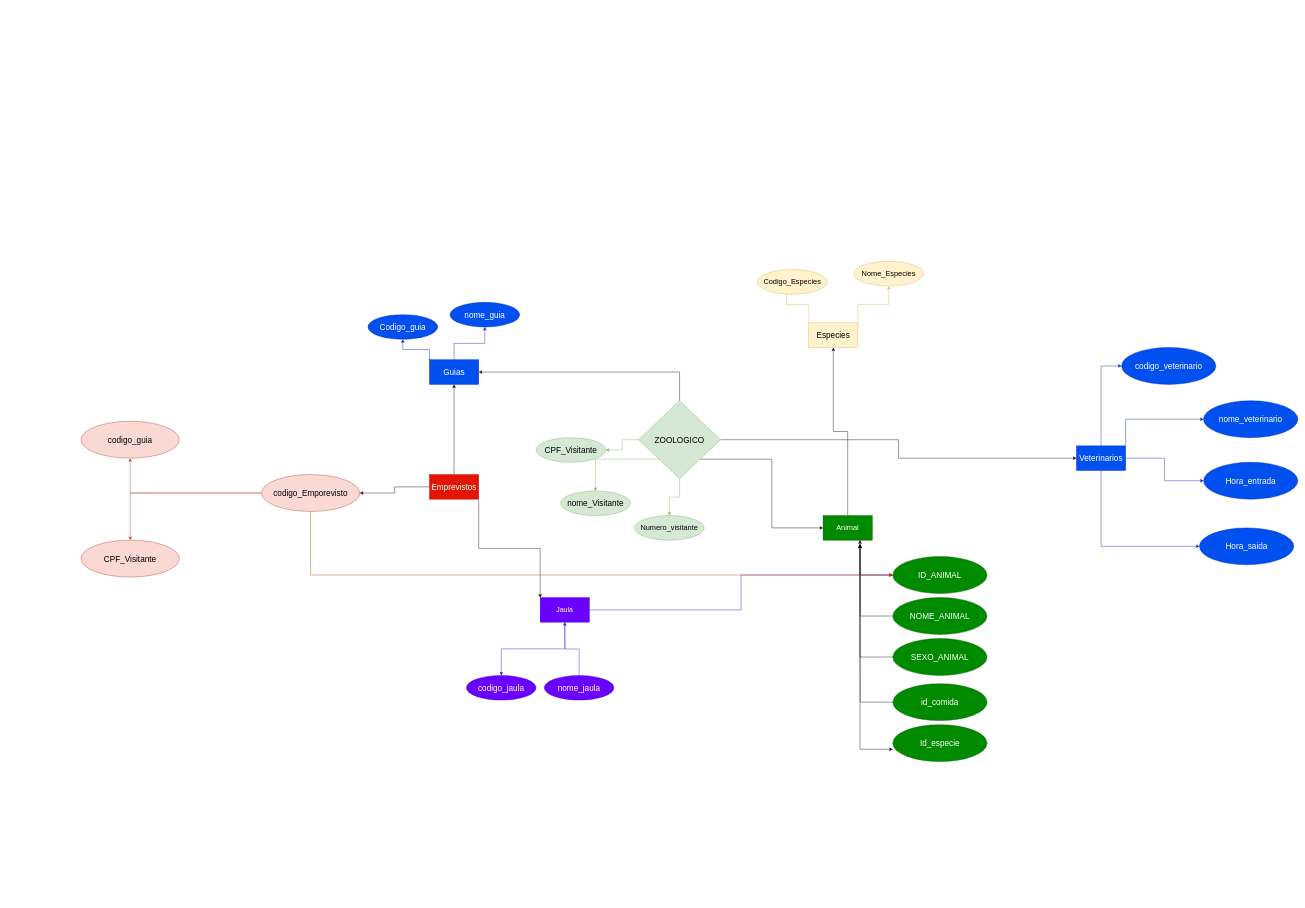
This is ENIAC-Portifolio.drawio from KaH3050/projeto-faculdade, a draw.io file, before an edit. Source tidied: cells renumbered, new cells numbered last; positions are measured from the earlier drawing's top-left corner, leaving out a move shared by most shapes. Both pictures are drawn from the tidied source at 41%, with x=0, y=0 at pixel (81, 261).
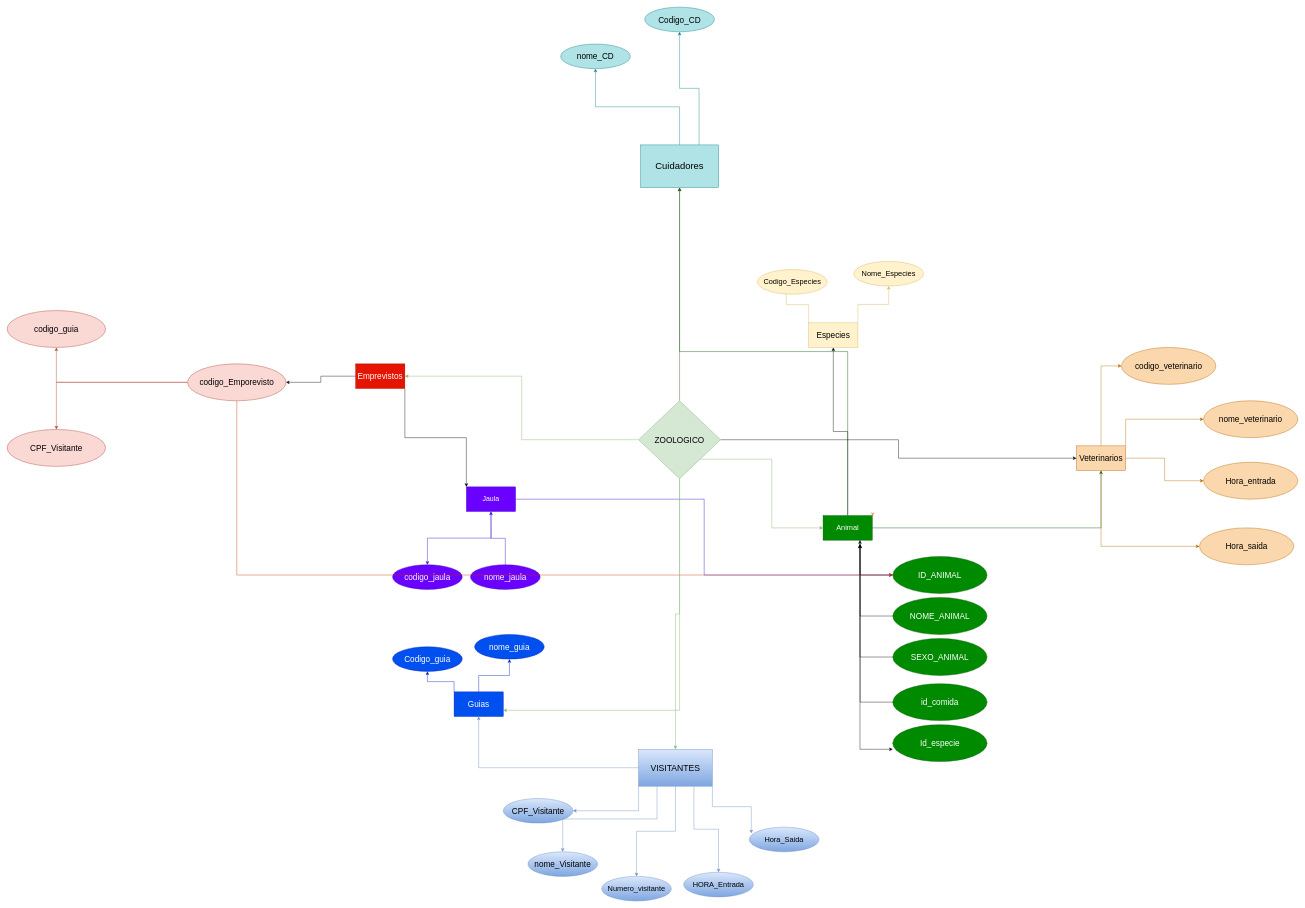
The same page after the edit.

Unchanged cells that the change refers to:
```xml
<mxCell id="10" value="&lt;span style=&quot;font-size: 18px;&quot;&gt;Animal&lt;/span&gt;" style="whiteSpace=wrap;html=1;fillColor=#008a00;fontColor=#ffffff;strokeColor=#005700;" parent="1" vertex="1">
  <mxGeometry x="1810" y="620" width="120" height="60" as="geometry" />
</mxCell>
<mxCell id="55" value="&lt;font style=&quot;font-size: 20px;&quot;&gt;ZOOLOGICO&lt;/font&gt;" style="rhombus;whiteSpace=wrap;html=1;fillColor=#d5e8d4;strokeColor=#82b366;" parent="1" vertex="1">
  <mxGeometry x="1360" y="340" width="200" height="190" as="geometry" />
</mxCell>
```

What changed in the source:
```diff
@@
-    <mxCell id="2" style="edgeStyle=orthogonalEdgeStyle;rounded=0;jettySize=auto;html=1;exitX=0.5;exitY=0;exitDx=0;exitDy=0;entryX=0.5;entryY=1;entryDx=0;entryDy=0;" parent="1" edge="1" source="5" target="26">
-      <mxGeometry relative="1" as="geometry" />
-    </mxCell>
@@
     <mxCell id="5" value="&lt;font style=&quot;font-size: 20px;&quot;&gt;Emprevistos&lt;/font&gt;" style="whiteSpace=wrap;html=1;fillColor=#e51400;strokeColor=#B20000;fontColor=#ffffff;" parent="1" vertex="1">
-      <mxGeometry x="850" y="520" width="120" height="60" as="geometry" />
+      <mxGeometry x="670" y="250" width="120" height="60" as="geometry" />
     </mxCell>
@@
     <mxCell id="8" value="&lt;span style=&quot;font-size: 17px;&quot;&gt;Jaula&lt;/span&gt;" style="whiteSpace=wrap;html=1;fillColor=#6a00ff;fontColor=#ffffff;strokeColor=#3700CC;" parent="1" vertex="1">
-      <mxGeometry x="1120" y="820" width="120" height="60" as="geometry" />
+      <mxGeometry x="940" y="550" width="120" height="60" as="geometry" />
     </mxCell>
@@
+    <mxCell id="59" style="edgeStyle=orthogonalEdgeStyle;rounded=0;jettySize=auto;html=1;exitX=1;exitY=0;exitDx=0;exitDy=0;strokeColor=#DDA15E;fontColor=#FEFAE0;fillColor=#BC6C25;" parent="1" edge="1" source="10">
+      <mxGeometry relative="1" as="geometry">
+        <mxPoint x="1931" y="621" as="targetPoint" />
+      </mxGeometry>
+    </mxCell>
+    <mxCell id="60" style="edgeStyle=orthogonalEdgeStyle;rounded=0;jettySize=auto;html=1;exitX=1;exitY=0.5;exitDx=0;exitDy=0;entryX=0.5;entryY=1;entryDx=0;entryDy=0;strokeColor=#005700;fontColor=#FEFAE0;fillColor=#008a00;" parent="1" edge="1" source="10" target="38">
+      <mxGeometry relative="1" as="geometry" />
+    </mxCell>
+    <mxCell id="61" style="edgeStyle=orthogonalEdgeStyle;rounded=0;jettySize=auto;html=1;exitX=0.5;exitY=0;exitDx=0;exitDy=0;strokeColor=#005700;fontColor=#FEFAE0;fillColor=#008a00;" parent="1" edge="1" source="10" target="67">
+      <mxGeometry relative="1" as="geometry" />
+    </mxCell>
@@
     <mxCell id="21" value="&lt;font style=&quot;font-size: 20px;&quot;&gt;codigo_jaula&lt;/font&gt;" style="ellipse;whiteSpace=wrap;html=1;fillColor=#6a00ff;fontColor=#ffffff;strokeColor=#3700CC;" parent="1" vertex="1">
-      <mxGeometry x="940" y="1010" width="170" height="60" as="geometry" />
+      <mxGeometry x="760" y="740" width="170" height="60" as="geometry" />
     </mxCell>
     <mxCell id="22" style="edgeStyle=orthogonalEdgeStyle;rounded=0;jettySize=auto;html=1;exitX=0.5;exitY=0;exitDx=0;exitDy=0;fillColor=#6a00ff;strokeColor=#3700CC;" parent="1" edge="1" source="23">
       <mxGeometry relative="1" as="geometry">
-        <mxPoint x="1180" y="880" as="targetPoint" />
+        <mxPoint x="1000" y="610" as="targetPoint" />
       </mxGeometry>
     </mxCell>
     <mxCell id="23" value="&lt;font style=&quot;font-size: 20px;&quot;&gt;nome_jaula&lt;/font&gt;" style="ellipse;whiteSpace=wrap;html=1;fillColor=#6a00ff;fontColor=#ffffff;strokeColor=#3700CC;" parent="1" vertex="1">
-      <mxGeometry x="1130" y="1010" width="170" height="60" as="geometry" />
+      <mxGeometry x="950" y="740" width="170" height="60" as="geometry" />
     </mxCell>
@@
     <mxCell id="26" value="&lt;font style=&quot;font-size: 20px;&quot;&gt;Guias&lt;/font&gt;" style="whiteSpace=wrap;html=1;fillColor=#0050ef;fontColor=#ffffff;strokeColor=#001DBC;" parent="1" vertex="1">
-      <mxGeometry x="850" y="240" width="120" height="60" as="geometry" />
+      <mxGeometry x="910" y="1050" width="120" height="60" as="geometry" />
     </mxCell>
     <mxCell id="27" value="&lt;span style=&quot;font-size: 20px;&quot;&gt;Codigo_guia&lt;/span&gt;" style="ellipse;whiteSpace=wrap;html=1;fillColor=#0050ef;fontColor=#ffffff;strokeColor=#001DBC;" parent="1" vertex="1">
-      <mxGeometry x="700" y="130" width="170" height="60" as="geometry" />
+      <mxGeometry x="760" y="940" width="170" height="60" as="geometry" />
     </mxCell>
     <mxCell id="28" value="&lt;font style=&quot;font-size: 20px;&quot;&gt;nome_guia&lt;/font&gt;" style="ellipse;whiteSpace=wrap;html=1;fillColor=#0050ef;fontColor=#ffffff;strokeColor=#001DBC;" parent="1" vertex="1">
-      <mxGeometry x="900" y="100" width="170" height="60" as="geometry" />
+      <mxGeometry x="960" y="910" width="170" height="60" as="geometry" />
     </mxCell>
@@
-    <mxCell id="34" style="edgeStyle=orthogonalEdgeStyle;rounded=0;jettySize=auto;html=1;exitX=0.5;exitY=1;exitDx=0;exitDy=0;entryX=0;entryY=0.5;entryDx=0;entryDy=0;fillColor=#0050ef;strokeColor=#001DBC;" parent="1" edge="1" source="38" target="42">
+    <mxCell id="34" style="edgeStyle=orthogonalEdgeStyle;rounded=0;jettySize=auto;html=1;exitX=0.5;exitY=1;exitDx=0;exitDy=0;entryX=0;entryY=0.5;entryDx=0;entryDy=0;fillColor=#fad7ac;strokeColor=#b46504;" parent="1" edge="1" source="38" target="42">
       <mxGeometry relative="1" as="geometry" />
     </mxCell>
-    <mxCell id="35" style="edgeStyle=orthogonalEdgeStyle;rounded=0;jettySize=auto;html=1;exitX=1;exitY=0.5;exitDx=0;exitDy=0;entryX=0;entryY=0.5;entryDx=0;entryDy=0;fillColor=#0050ef;strokeColor=#001DBC;" parent="1" edge="1" source="38" target="41">
+    <mxCell id="35" style="edgeStyle=orthogonalEdgeStyle;rounded=0;jettySize=auto;html=1;exitX=1;exitY=0.5;exitDx=0;exitDy=0;entryX=0;entryY=0.5;entryDx=0;entryDy=0;fillColor=#fad7ac;strokeColor=#b46504;" parent="1" edge="1" source="38" target="41">
       <mxGeometry relative="1" as="geometry" />
     </mxCell>
-    <mxCell id="36" style="edgeStyle=orthogonalEdgeStyle;rounded=0;jettySize=auto;html=1;exitX=1;exitY=0;exitDx=0;exitDy=0;entryX=0;entryY=0.5;entryDx=0;entryDy=0;fillColor=#0050ef;strokeColor=#001DBC;" parent="1" edge="1" source="38" target="40">
+    <mxCell id="36" style="edgeStyle=orthogonalEdgeStyle;rounded=0;jettySize=auto;html=1;exitX=1;exitY=0;exitDx=0;exitDy=0;entryX=0;entryY=0.5;entryDx=0;entryDy=0;fillColor=#fad7ac;strokeColor=#b46504;" parent="1" edge="1" source="38" target="40">
       <mxGeometry relative="1" as="geometry" />
     </mxCell>
-    <mxCell id="37" style="edgeStyle=orthogonalEdgeStyle;rounded=0;jettySize=auto;html=1;exitX=0.5;exitY=0;exitDx=0;exitDy=0;entryX=0;entryY=0.5;entryDx=0;entryDy=0;fillColor=#0050ef;strokeColor=#001DBC;" parent="1" edge="1" source="38" target="39">
+    <mxCell id="37" style="edgeStyle=orthogonalEdgeStyle;rounded=0;jettySize=auto;html=1;exitX=0.5;exitY=0;exitDx=0;exitDy=0;entryX=0;entryY=0.5;entryDx=0;entryDy=0;fillColor=#fad7ac;strokeColor=#b46504;" parent="1" edge="1" source="38" target="39">
       <mxGeometry relative="1" as="geometry" />
     </mxCell>
-    <mxCell id="38" value="&lt;font style=&quot;font-size: 20px;&quot;&gt;Veterinarios&lt;/font&gt;" style="whiteSpace=wrap;html=1;fillColor=#0050ef;fontColor=#ffffff;strokeColor=#001DBC;" parent="1" vertex="1">
+    <mxCell id="38" value="&lt;font style=&quot;font-size: 20px;&quot;&gt;Veterinarios&lt;/font&gt;" style="whiteSpace=wrap;html=1;fillColor=#fad7ac;strokeColor=#b46504;" parent="1" vertex="1">
       <mxGeometry x="2428" y="450" width="120" height="60" as="geometry" />
     </mxCell>
-    <mxCell id="39" value="&lt;font style=&quot;font-size: 20px;&quot;&gt;codigo_veterinario&lt;/font&gt;" style="ellipse;whiteSpace=wrap;html=1;fillColor=#0050ef;fontColor=#ffffff;strokeColor=#001DBC;" parent="1" vertex="1">
+    <mxCell id="39" value="&lt;font style=&quot;font-size: 20px;&quot;&gt;codigo_veterinario&lt;/font&gt;" style="ellipse;whiteSpace=wrap;html=1;fillColor=#fad7ac;strokeColor=#b46504;" parent="1" vertex="1">
       <mxGeometry x="2538" y="210" width="230" height="90" as="geometry" />
     </mxCell>
-    <mxCell id="40" value="&lt;span style=&quot;font-size: 20px;&quot;&gt;nome_veterinario&lt;/span&gt;" style="ellipse;whiteSpace=wrap;html=1;fillColor=#0050ef;fontColor=#ffffff;strokeColor=#001DBC;" parent="1" vertex="1">
+    <mxCell id="40" value="&lt;span style=&quot;font-size: 20px;&quot;&gt;nome_veterinario&lt;/span&gt;" style="ellipse;whiteSpace=wrap;html=1;fillColor=#fad7ac;strokeColor=#b46504;" parent="1" vertex="1">
       <mxGeometry x="2738" y="340" width="230" height="90" as="geometry" />
     </mxCell>
-    <mxCell id="41" value="&lt;font style=&quot;font-size: 20px;&quot;&gt;Hora_entrada&lt;/font&gt;" style="ellipse;whiteSpace=wrap;html=1;fillColor=#0050ef;fontColor=#ffffff;strokeColor=#001DBC;" parent="1" vertex="1">
+    <mxCell id="41" value="&lt;font style=&quot;font-size: 20px;&quot;&gt;Hora_entrada&lt;/font&gt;" style="ellipse;whiteSpace=wrap;html=1;fillColor=#fad7ac;strokeColor=#b46504;" parent="1" vertex="1">
       <mxGeometry x="2738" y="490" width="230" height="90" as="geometry" />
     </mxCell>
-    <mxCell id="42" value="&lt;span style=&quot;font-size: 20px;&quot;&gt;Hora_saida&lt;/span&gt;" style="ellipse;whiteSpace=wrap;html=1;fillColor=#0050ef;fontColor=#ffffff;strokeColor=#001DBC;" parent="1" vertex="1">
+    <mxCell id="42" value="&lt;span style=&quot;font-size: 20px;&quot;&gt;Hora_saida&lt;/span&gt;" style="ellipse;whiteSpace=wrap;html=1;fillColor=#fad7ac;strokeColor=#b46504;" parent="1" vertex="1">
       <mxGeometry x="2728" y="650" width="230" height="90" as="geometry" />
     </mxCell>
@@
     <mxCell id="46" value="&lt;font style=&quot;font-size: 20px;&quot;&gt;codigo_Emporevisto&lt;/font&gt;" style="ellipse;whiteSpace=wrap;html=1;fillColor=#fad9d5;strokeColor=#ae4132;" parent="1" vertex="1">
-      <mxGeometry x="440" y="520" width="240" height="90" as="geometry" />
+      <mxGeometry x="260" y="250" width="240" height="90" as="geometry" />
     </mxCell>
     <mxCell id="47" value="&lt;span style=&quot;font-size: 20px;&quot;&gt;CPF_Visitante&lt;/span&gt;" style="ellipse;whiteSpace=wrap;html=1;fillColor=#fad9d5;strokeColor=#ae4132;" parent="1" vertex="1">
-      <mxGeometry y="680" width="240" height="90" as="geometry" />
+      <mxGeometry x="-180" y="410" width="240" height="90" as="geometry" />
     </mxCell>
     <mxCell id="48" value="&lt;font style=&quot;font-size: 20px;&quot;&gt;codigo_guia&lt;/font&gt;" style="ellipse;whiteSpace=wrap;html=1;fillColor=#fad9d5;strokeColor=#ae4132;" parent="1" vertex="1">
-      <mxGeometry y="390" width="240" height="90" as="geometry" />
+      <mxGeometry x="-180" y="120" width="240" height="90" as="geometry" />
     </mxCell>
-    <mxCell id="49" style="edgeStyle=orthogonalEdgeStyle;rounded=0;jettySize=auto;html=1;exitX=0;exitY=0.5;exitDx=0;exitDy=0;entryX=1;entryY=0.5;entryDx=0;entryDy=0;fillColor=#d5e8d4;strokeColor=#82b366;" parent="1" edge="1" source="55" target="56">
-      <mxGeometry relative="1" as="geometry" />
-    </mxCell>
-    <mxCell id="50" style="edgeStyle=orthogonalEdgeStyle;rounded=0;jettySize=auto;html=1;exitX=0;exitY=1;exitDx=0;exitDy=0;fillColor=#d5e8d4;strokeColor=#82b366;" parent="1" edge="1" source="55" target="57">
-      <mxGeometry relative="1" as="geometry" />
-    </mxCell>
-    <mxCell id="51" style="edgeStyle=orthogonalEdgeStyle;rounded=0;jettySize=auto;html=1;exitX=0.5;exitY=1;exitDx=0;exitDy=0;fillColor=#d5e8d4;strokeColor=#82b366;" parent="1" edge="1" source="55" target="58">
-      <mxGeometry relative="1" as="geometry" />
-    </mxCell>
-    <mxCell id="52" style="edgeStyle=orthogonalEdgeStyle;rounded=0;jettySize=auto;html=1;exitX=0.5;exitY=0;exitDx=0;exitDy=0;entryX=1;entryY=0.5;entryDx=0;entryDy=0;" parent="1" edge="1" source="55" target="26">
-      <mxGeometry relative="1" as="geometry" />
-    </mxCell>
-    <mxCell id="53" style="edgeStyle=orthogonalEdgeStyle;rounded=0;jettySize=auto;html=1;exitX=1;exitY=1;exitDx=0;exitDy=0;entryX=0;entryY=0.5;entryDx=0;entryDy=0;" parent="1" edge="1" source="55" target="10">
+    <mxCell id="53" style="edgeStyle=orthogonalEdgeStyle;rounded=0;jettySize=auto;html=1;exitX=1;exitY=1;exitDx=0;exitDy=0;entryX=0;entryY=0.5;entryDx=0;entryDy=0;fillColor=#d5e8d4;strokeColor=#82b366;" parent="1" edge="1" source="55" target="10">
       <mxGeometry relative="1" as="geometry" />
     </mxCell>
@@
+    <mxCell id="62" style="edgeStyle=orthogonalEdgeStyle;rounded=0;jettySize=auto;html=1;exitX=0.5;exitY=0;exitDx=0;exitDy=0;entryX=0.5;entryY=1;entryDx=0;entryDy=0;strokeColor=#3A5431;fontColor=#FEFAE0;fillColor=#6d8764;" parent="1" edge="1" source="55" target="67">
+      <mxGeometry relative="1" as="geometry" />
+    </mxCell>
+    <mxCell id="63" style="edgeStyle=orthogonalEdgeStyle;rounded=0;jettySize=auto;html=1;exitX=0.5;exitY=1;exitDx=0;exitDy=0;entryX=0.5;entryY=0;entryDx=0;entryDy=0;strokeColor=#82b366;fontColor=#FEFAE0;fillColor=#d5e8d4;gradientColor=#97d077;" parent="1" edge="1" source="55" target="75">
+      <mxGeometry relative="1" as="geometry" />
+    </mxCell>
+    <mxCell id="64" style="edgeStyle=orthogonalEdgeStyle;rounded=0;jettySize=auto;html=1;exitX=0;exitY=0.5;exitDx=0;exitDy=0;entryX=1;entryY=0.5;entryDx=0;entryDy=0;strokeColor=#82b366;fontColor=#FEFAE0;fillColor=#d5e8d4;gradientColor=#97d077;" parent="1" edge="1" source="55" target="5">
+      <mxGeometry relative="1" as="geometry" />
+    </mxCell>
+    <mxCell id="52" style="edgeStyle=orthogonalEdgeStyle;rounded=0;jettySize=auto;html=1;exitX=0.5;exitY=1;exitDx=0;exitDy=0;entryX=1;entryY=0.75;entryDx=0;entryDy=0;strokeColor=#82b366;fontColor=#FEFAE0;fillColor=#d5e8d4;gradientColor=#97d077;" parent="1" edge="1" source="55" target="26">
+      <mxGeometry relative="1" as="geometry" />
+    </mxCell>
@@
-    <mxCell id="56" value="&lt;span style=&quot;font-size: 20px;&quot;&gt;CPF_Visitante&lt;/span&gt;" style="ellipse;whiteSpace=wrap;html=1;fillColor=#d5e8d4;strokeColor=#82b366;" parent="1" vertex="1">
-      <mxGeometry x="1110" y="430" width="170" height="60" as="geometry" />
+    <mxCell id="56" value="&lt;span style=&quot;font-size: 20px;&quot;&gt;CPF_Visitante&lt;/span&gt;" style="ellipse;whiteSpace=wrap;html=1;fillColor=#dae8fc;strokeColor=#6c8ebf;gradientColor=#7ea6e0;" parent="1" vertex="1">
+      <mxGeometry x="1030" y="1310" width="170" height="60" as="geometry" />
     </mxCell>
-    <mxCell id="57" value="&lt;font style=&quot;font-size: 20px;&quot;&gt;nome_Visitante&lt;/font&gt;" style="ellipse;whiteSpace=wrap;html=1;fillColor=#d5e8d4;strokeColor=#82b366;" parent="1" vertex="1">
-      <mxGeometry x="1170" y="560" width="170" height="60" as="geometry" />
+    <mxCell id="57" value="&lt;font style=&quot;font-size: 20px;&quot;&gt;nome_Visitante&lt;/font&gt;" style="ellipse;whiteSpace=wrap;html=1;fillColor=#dae8fc;strokeColor=#6c8ebf;gradientColor=#7ea6e0;" parent="1" vertex="1">
+      <mxGeometry x="1090" y="1440" width="170" height="60" as="geometry" />
     </mxCell>
-    <mxCell id="58" value="&lt;font style=&quot;font-size: 18px;&quot;&gt;Numero_visitante&lt;/font&gt;" style="ellipse;whiteSpace=wrap;html=1;fillColor=#d5e8d4;strokeColor=#82b366;" parent="1" vertex="1">
-      <mxGeometry x="1350" y="620" width="170" height="60" as="geometry" />
+    <mxCell id="58" value="&lt;font style=&quot;font-size: 18px;&quot;&gt;Numero_visitante&lt;/font&gt;" style="ellipse;whiteSpace=wrap;html=1;fillColor=#dae8fc;strokeColor=#6c8ebf;gradientColor=#7ea6e0;" parent="1" vertex="1">
+      <mxGeometry x="1270" y="1500" width="170" height="60" as="geometry" />
     </mxCell>
+    <mxCell id="65" style="edgeStyle=orthogonalEdgeStyle;rounded=0;jettySize=auto;html=1;exitX=0.5;exitY=0;exitDx=0;exitDy=0;entryX=0.5;entryY=1;entryDx=0;entryDy=0;strokeColor=#0e8088;fontColor=#FEFAE0;fillColor=#b0e3e6;" parent="1" edge="1" source="67" target="68">
+      <mxGeometry relative="1" as="geometry" />
+    </mxCell>
+    <mxCell id="66" style="edgeStyle=orthogonalEdgeStyle;rounded=0;jettySize=auto;html=1;exitX=0.75;exitY=0;exitDx=0;exitDy=0;entryX=0.5;entryY=1;entryDx=0;entryDy=0;strokeColor=#0e8088;fontColor=#FEFAE0;fillColor=#b0e3e6;" parent="1" edge="1" source="67" target="69">
+      <mxGeometry relative="1" as="geometry" />
+    </mxCell>
+    <mxCell id="67" value="&lt;font style=&quot;font-size: 23px;&quot;&gt;Cuidadores&lt;/font&gt;" style="whiteSpace=wrap;html=1;fillColor=#b0e3e6;strokeColor=#0e8088;" parent="1" vertex="1">
+      <mxGeometry x="1365" y="-284" width="190" height="104" as="geometry" />
+    </mxCell>
+    <mxCell id="68" value="&lt;font style=&quot;font-size: 20px;&quot;&gt;nome_CD&lt;/font&gt;" style="ellipse;whiteSpace=wrap;html=1;fillColor=#b0e3e6;strokeColor=#0e8088;" parent="1" vertex="1">
+      <mxGeometry x="1170" y="-530" width="170" height="60" as="geometry" />
+    </mxCell>
+    <mxCell id="69" value="&lt;span style=&quot;font-size: 20px;&quot;&gt;Codigo_CD&lt;/span&gt;" style="ellipse;whiteSpace=wrap;html=1;fillColor=#b0e3e6;strokeColor=#0e8088;" parent="1" vertex="1">
+      <mxGeometry x="1375" y="-620" width="170" height="60" as="geometry" />
+    </mxCell>
+    <mxCell id="70" style="edgeStyle=orthogonalEdgeStyle;rounded=0;jettySize=auto;html=1;exitX=0;exitY=1;exitDx=0;exitDy=0;entryX=1;entryY=0.5;entryDx=0;entryDy=0;strokeColor=#6c8ebf;fontColor=#FEFAE0;fillColor=#dae8fc;gradientColor=#7ea6e0;" parent="1" edge="1" source="75" target="56">
+      <mxGeometry relative="1" as="geometry" />
+    </mxCell>
+    <mxCell id="71" style="edgeStyle=orthogonalEdgeStyle;rounded=0;jettySize=auto;html=1;exitX=0.25;exitY=1;exitDx=0;exitDy=0;strokeColor=#6c8ebf;fontColor=#FEFAE0;fillColor=#dae8fc;gradientColor=#7ea6e0;" parent="1" edge="1" source="75" target="57">
+      <mxGeometry relative="1" as="geometry" />
+    </mxCell>
+    <mxCell id="72" style="edgeStyle=orthogonalEdgeStyle;rounded=0;jettySize=auto;html=1;exitX=0.5;exitY=1;exitDx=0;exitDy=0;entryX=0.5;entryY=0;entryDx=0;entryDy=0;strokeColor=#6c8ebf;fontColor=#FEFAE0;fillColor=#dae8fc;gradientColor=#7ea6e0;" parent="1" edge="1" source="75" target="58">
+      <mxGeometry relative="1" as="geometry" />
+    </mxCell>
+    <mxCell id="73" style="edgeStyle=orthogonalEdgeStyle;rounded=0;jettySize=auto;html=1;exitX=0.75;exitY=1;exitDx=0;exitDy=0;entryX=0.5;entryY=0;entryDx=0;entryDy=0;strokeColor=#6c8ebf;fontColor=#FEFAE0;fillColor=#dae8fc;gradientColor=#7ea6e0;" parent="1" edge="1" source="75" target="76">
+      <mxGeometry relative="1" as="geometry" />
+    </mxCell>
+    <mxCell id="74" style="edgeStyle=orthogonalEdgeStyle;rounded=0;jettySize=auto;html=1;exitX=0;exitY=0.5;exitDx=0;exitDy=0;entryX=0.5;entryY=1;entryDx=0;entryDy=0;strokeColor=#6c8ebf;fontColor=#FEFAE0;fillColor=#dae8fc;gradientColor=#7ea6e0;" parent="1" edge="1" source="75" target="26">
+      <mxGeometry relative="1" as="geometry" />
+    </mxCell>
+    <mxCell id="75" value="&lt;font style=&quot;font-size: 21px;&quot;&gt;VISITANTES&lt;/font&gt;" style="whiteSpace=wrap;html=1;strokeColor=#6c8ebf;fillColor=#dae8fc;gradientColor=#7ea6e0;" parent="1" vertex="1">
+      <mxGeometry x="1360" y="1190" width="180" height="90" as="geometry" />
+    </mxCell>
+    <mxCell id="76" value="&lt;span style=&quot;font-size: 18px;&quot;&gt;HORA_Entrada&lt;br&gt;&lt;/span&gt;" style="ellipse;whiteSpace=wrap;html=1;fillColor=#dae8fc;strokeColor=#6c8ebf;gradientColor=#7ea6e0;" parent="1" vertex="1">
+      <mxGeometry x="1470" y="1490" width="170" height="60" as="geometry" />
+    </mxCell>
+    <mxCell id="77" value="&lt;span style=&quot;font-size: 18px;&quot;&gt;Hora_Saida&lt;/span&gt;" style="ellipse;whiteSpace=wrap;html=1;fillColor=#dae8fc;strokeColor=#6c8ebf;gradientColor=#7ea6e0;" parent="1" vertex="1">
+      <mxGeometry x="1630" y="1380" width="170" height="60" as="geometry" />
+    </mxCell>
+    <mxCell id="78" style="edgeStyle=orthogonalEdgeStyle;rounded=0;jettySize=auto;html=1;exitX=1;exitY=1;exitDx=0;exitDy=0;entryX=0.029;entryY=0.25;entryDx=0;entryDy=0;entryPerimeter=0;strokeColor=#6c8ebf;fontColor=#FEFAE0;fillColor=#dae8fc;gradientColor=#7ea6e0;" parent="1" edge="1" source="75" target="77">
+      <mxGeometry relative="1" as="geometry" />
+    </mxCell>
```
